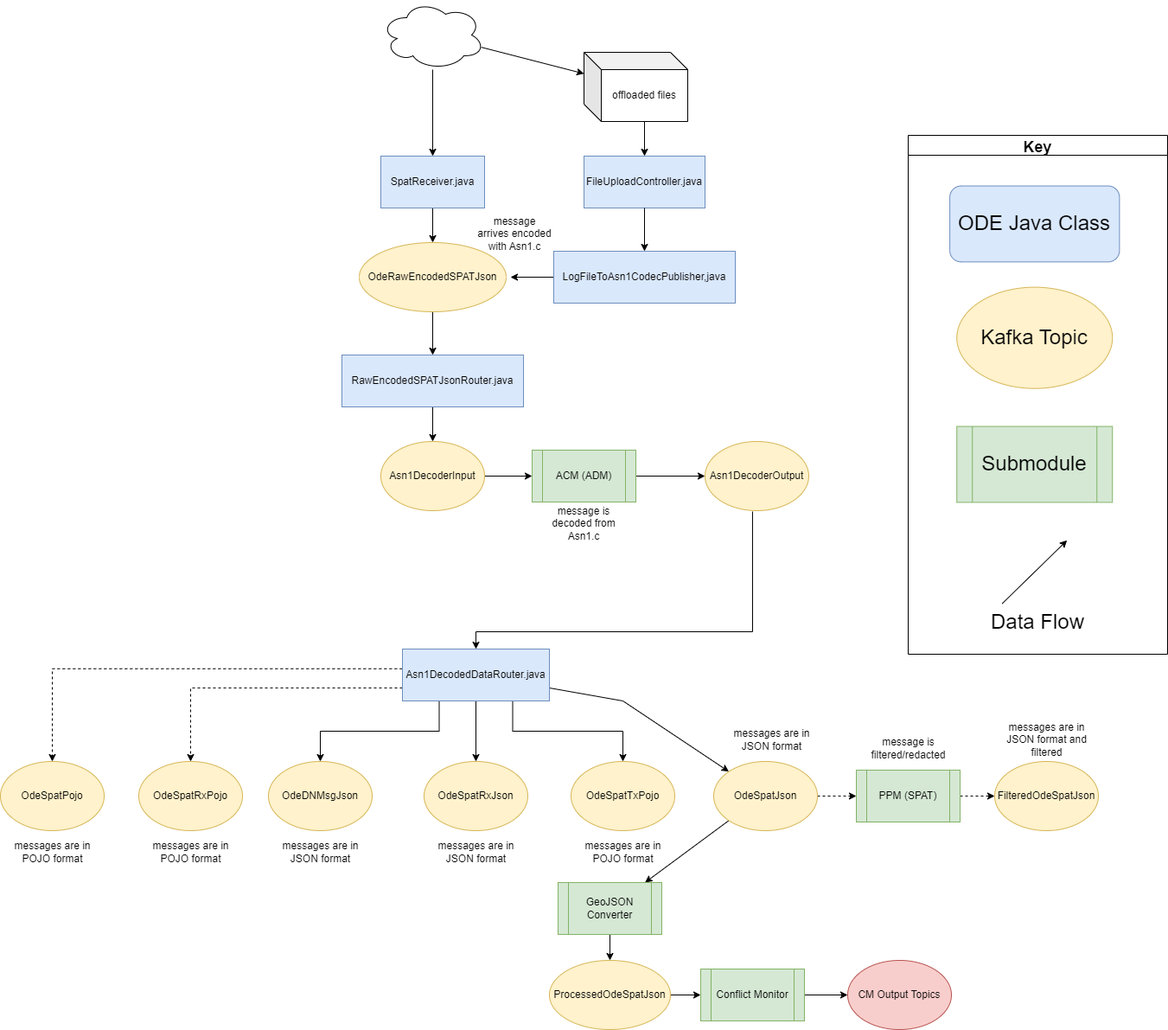
Above: docs/data-flow-diagrams/spat/SPAT Data Flow.drawio.png in CDOT-CV/jpo-ode (draw.io), before the change. Source tidied: cells renumbered, new cells last; positions are measured from the earlier drawing's top-left corner, leaving out a move shared by most shapes.
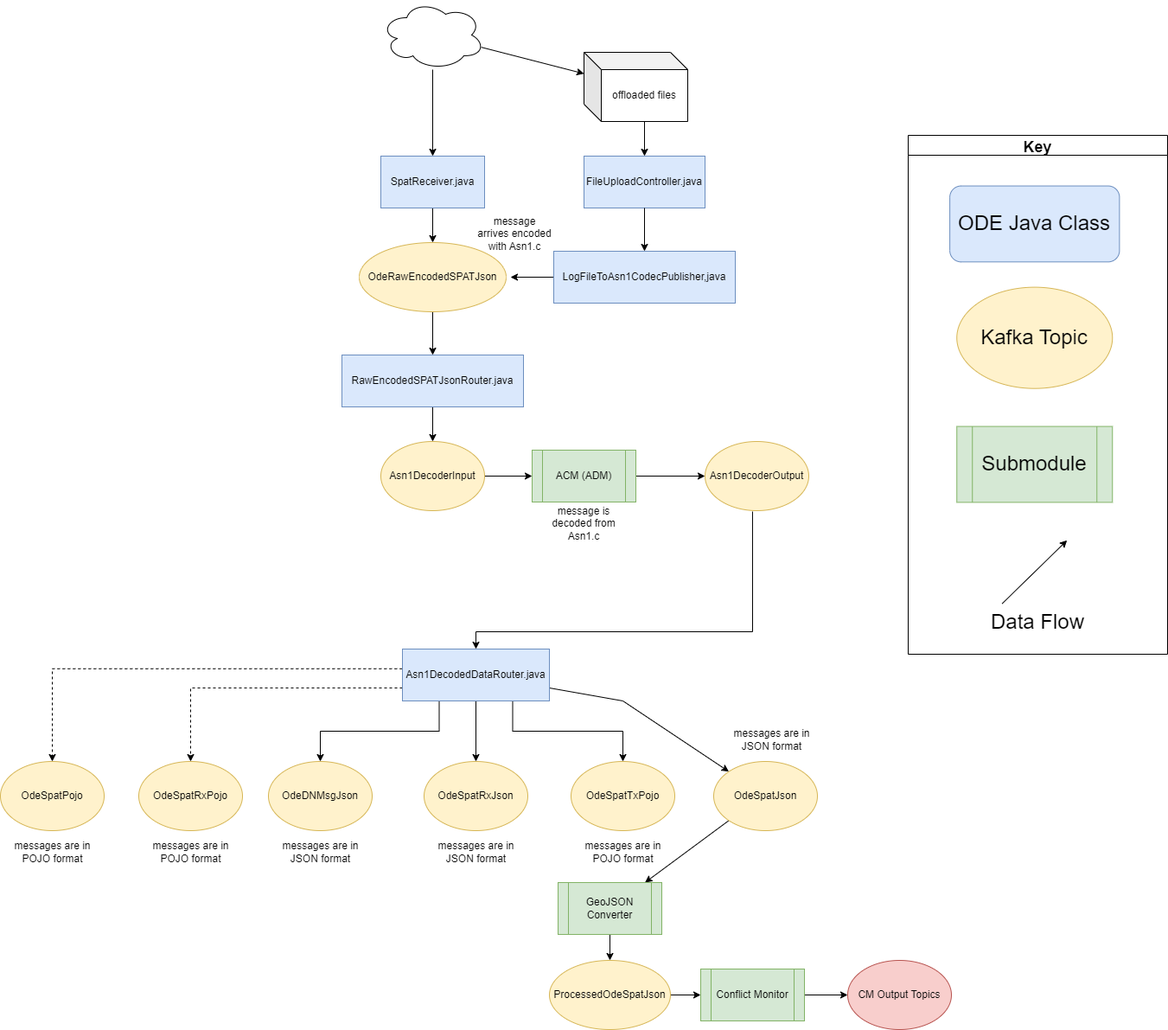
After the change.

Commit message:
docs: removed PPM processing from SPAT data flow

The edit, as a diff of the source:
```diff
@@ -107,9 +107,6 @@
     <mxCell id="32" value="OdeSpatTxPojo" style="ellipse;whiteSpace=wrap;html=1;fillColor=#fff2cc;strokeColor=#d6b656;" parent="1" vertex="1">
       <mxGeometry x="660" y="880" width="120" height="80" as="geometry" />
     </mxCell>
-    <mxCell id="33" style="edgeStyle=orthogonalEdgeStyle;rounded=0;jettySize=auto;html=1;dashed=1;" parent="1" edge="1" source="35" target="40">
-      <mxGeometry relative="1" as="geometry" />
-    </mxCell>
     <mxCell id="34" style="rounded=0;jettySize=auto;html=1;exitX=0;exitY=1;exitDx=0;exitDy=0;" parent="1" edge="1" source="35" target="52">
       <mxGeometry relative="1" as="geometry" />
     </mxCell>
@@ -122,21 +119,9 @@
     <mxCell id="37" value="OdeSpatRxPojo" style="ellipse;whiteSpace=wrap;html=1;fillColor=#fff2cc;strokeColor=#d6b656;" parent="1" vertex="1">
       <mxGeometry x="160" y="880" width="120" height="80" as="geometry" />
     </mxCell>
-    <mxCell id="38" value="FilteredOdeSpatJson" style="ellipse;whiteSpace=wrap;html=1;fillColor=#fff2cc;strokeColor=#d6b656;" parent="1" vertex="1">
-      <mxGeometry x="1150" y="880" width="120" height="80" as="geometry" />
-    </mxCell>
-    <mxCell id="39" style="edgeStyle=orthogonalEdgeStyle;rounded=0;jettySize=auto;html=1;dashed=1;" parent="1" edge="1" source="40" target="38">
-      <mxGeometry relative="1" as="geometry" />
-    </mxCell>
-    <mxCell id="40" value="PPM (SPAT)" style="shape=process;whiteSpace=wrap;html=1;backgroundOutline=1;fillColor=#d5e8d4;strokeColor=#82b366;" parent="1" vertex="1">
-      <mxGeometry x="990" y="890" width="120" height="60" as="geometry" />
-    </mxCell>
     <mxCell id="41" value="message is decoded from Asn1.c" style="text;html=1;strokeColor=none;fillColor=none;align=center;verticalAlign=middle;whiteSpace=wrap;rounded=0;" parent="1" vertex="1">
       <mxGeometry x="620" y="580" width="110" height="50" as="geometry" />
     </mxCell>
-    <mxCell id="42" value="message is filtered/redacted" style="text;html=1;strokeColor=none;fillColor=none;align=center;verticalAlign=middle;whiteSpace=wrap;rounded=0;" parent="1" vertex="1">
-      <mxGeometry x="997.5" y="840" width="105" height="50" as="geometry" />
-    </mxCell>
     <mxCell id="43" value="&lt;font style=&quot;font-size: 24px&quot;&gt;Data Flow&lt;/font&gt;" style="text;html=1;strokeColor=none;fillColor=none;align=center;verticalAlign=middle;whiteSpace=wrap;rounded=0;labelBackgroundColor=none;" parent="1" vertex="1">
       <mxGeometry x="1140" y="697.5" width="120" height="43.9" as="geometry" />
     </mxCell>
@@ -158,9 +143,6 @@
     <mxCell id="49" value="messages are in POJO format" style="text;html=1;strokeColor=none;fillColor=none;align=center;verticalAlign=middle;whiteSpace=wrap;rounded=0;" parent="1" vertex="1">
       <mxGeometry x="7.5" y="960" width="105" height="50" as="geometry" />
     </mxCell>
-    <mxCell id="50" value="messages are in JSON format and filtered" style="text;html=1;strokeColor=none;fillColor=none;align=center;verticalAlign=middle;whiteSpace=wrap;rounded=0;" parent="1" vertex="1">
-      <mxGeometry x="1157.5" y="830" width="105" height="50" as="geometry" />
-    </mxCell>
     <mxCell id="51" style="edgeStyle=orthogonalEdgeStyle;rounded=0;jettySize=auto;html=1;" parent="1" edge="1" source="52" target="57">
       <mxGeometry relative="1" as="geometry" />
     </mxCell>
```
